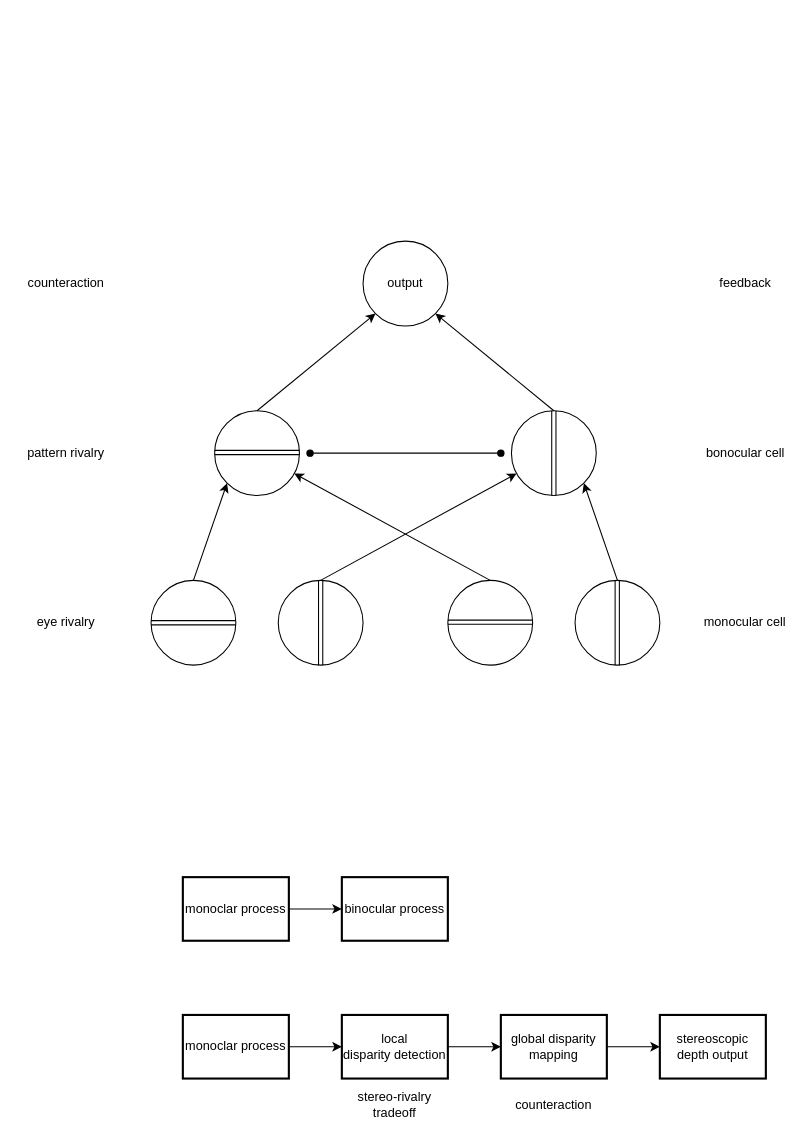
senri0304/2022student keeps this draw.io diagram as visual_process.drawio. Above is the earlier version. Source tidied: cells renumbered, new cells numbered last; positions are measured from the earlier drawing's top-left corner, leaving out a move shared by most shapes. Both pictures are drawn from the tidied source at 106%, with x=0, y=0 at pixel (18, 241).
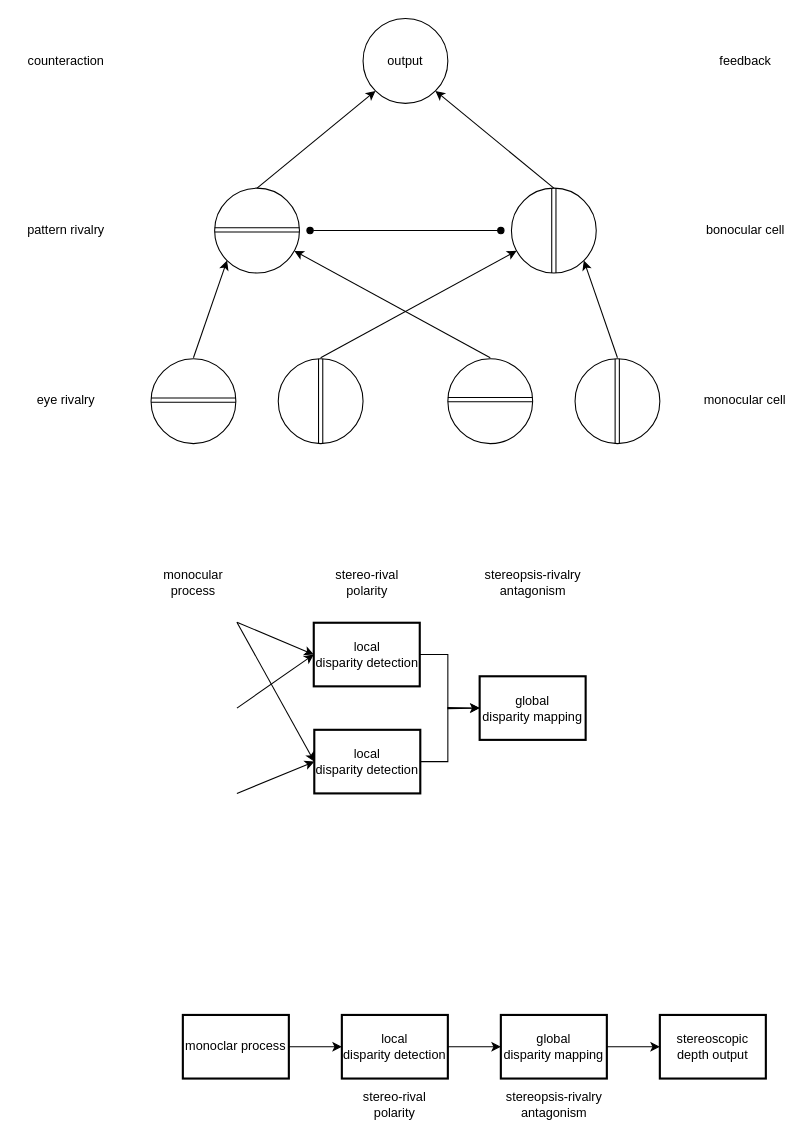
The same diagram, later.

Commit message:
visual_process.drawio を更新します

The edit, as a diff of the source:
```diff
@@
     <mxCell id="2" style="ellipse;whiteSpace=wrap;html=1;" parent="1" vertex="1">
-      <mxGeometry x="245" y="320" width="80" height="80" as="geometry" />
+      <mxGeometry x="245" y="111" width="80" height="80" as="geometry" />
     </mxCell>
     <mxCell id="3" style="ellipse;whiteSpace=wrap;html=1;" parent="1" vertex="1">
-      <mxGeometry x="405" y="320" width="80" height="80" as="geometry" />
+      <mxGeometry x="405" y="111" width="80" height="80" as="geometry" />
     </mxCell>
     <mxCell id="4" style="ellipse;whiteSpace=wrap;html=1;" parent="1" vertex="1">
-      <mxGeometry x="125" y="320" width="80" height="80" as="geometry" />
+      <mxGeometry x="125" y="111" width="80" height="80" as="geometry" />
     </mxCell>
     <mxCell id="5" style="ellipse;whiteSpace=wrap;html=1;" parent="1" vertex="1">
-      <mxGeometry x="525" y="320" width="80" height="80" as="geometry" />
+      <mxGeometry x="525" y="111" width="80" height="80" as="geometry" />
     </mxCell>
-    <mxCell id="6" style="shape=link;html=1;rounded=0;entryX=1;entryY=0.5;entryDx=0;entryDy=0;" parent="1" edge="1" target="4">
+    <mxCell id="6" style="shape=link;html=1;rounded=0;entryX=1;entryY=0.5;entryDx=0;entryDy=0;" parent="1" edge="1">
       <mxGeometry relative="1" as="geometry">
-        <mxPoint x="125" y="360" as="sourcePoint" />
+        <mxPoint x="125" y="150" as="sourcePoint" />
+        <mxPoint x="205" y="150" as="targetPoint" />
       </mxGeometry>
     </mxCell>
     <mxCell id="7" style="shape=link;html=1;rounded=0;entryX=1;entryY=0.5;entryDx=0;entryDy=0;" parent="1" edge="1">
       <mxGeometry relative="1" as="geometry">
-        <mxPoint x="405" y="359.5" as="sourcePoint" />
-        <mxPoint x="485" y="359.5" as="targetPoint" />
+        <mxPoint x="405" y="149.5" as="sourcePoint" />
+        <mxPoint x="485" y="149.5" as="targetPoint" />
       </mxGeometry>
     </mxCell>
     <mxCell id="8" style="shape=link;html=1;rounded=0;entryX=0.5;entryY=1;entryDx=0;entryDy=0;" parent="1" edge="1" target="2">
       <mxGeometry relative="1" as="geometry">
-        <mxPoint x="285" y="320" as="sourcePoint" />
+        <mxPoint x="285" y="111" as="sourcePoint" />
       </mxGeometry>
     </mxCell>
     <mxCell id="9" style="shape=link;html=1;rounded=0;entryX=0.5;entryY=1;entryDx=0;entryDy=0;" parent="1" edge="1">
       <mxGeometry relative="1" as="geometry">
-        <mxPoint x="564.8" y="320" as="sourcePoint" />
-        <mxPoint x="564.8" y="400" as="targetPoint" />
+        <mxPoint x="564.8" y="111" as="sourcePoint" />
+        <mxPoint x="564.8" y="191" as="targetPoint" />
       </mxGeometry>
     </mxCell>
     <mxCell id="10" style="endArrow=classic;html=1;rounded=0;" parent="1" edge="1" target="13">
       <mxGeometry relative="1" as="geometry">
-        <mxPoint x="285" y="320" as="sourcePoint" />
+        <mxPoint x="285" y="110" as="sourcePoint" />
       </mxGeometry>
     </mxCell>
     <mxCell id="11" style="ellipse;whiteSpace=wrap;html=1;" parent="1" vertex="1">
-      <mxGeometry x="185" y="160" width="80" height="80" as="geometry" />
+      <mxGeometry x="185" y="-50" width="80" height="80" as="geometry" />
     </mxCell>
     <mxCell id="12" style="shape=link;html=1;rounded=0;entryX=1;entryY=0.5;entryDx=0;entryDy=0;" parent="1" edge="1">
       <mxGeometry relative="1" as="geometry">
-        <mxPoint x="185" y="199.4" as="sourcePoint" />
-        <mxPoint x="265" y="199.4" as="targetPoint" />
+        <mxPoint x="185" y="-10.6" as="sourcePoint" />
+        <mxPoint x="265" y="-10.6" as="targetPoint" />
       </mxGeometry>
     </mxCell>
     <mxCell id="13" style="ellipse;whiteSpace=wrap;html=1;" parent="1" vertex="1">
-      <mxGeometry x="465" y="160" width="80" height="80" as="geometry" />
+      <mxGeometry x="465" y="-50" width="80" height="80" as="geometry" />
     </mxCell>
     <mxCell id="14" style="shape=link;html=1;rounded=0;entryX=0.5;entryY=1;entryDx=0;entryDy=0;" parent="1" edge="1" target="13">
       <mxGeometry relative="1" as="geometry">
-        <mxPoint x="505" y="160" as="sourcePoint" />
+        <mxPoint x="505" y="-50" as="sourcePoint" />
       </mxGeometry>
     </mxCell>
-    <mxCell id="15" style="endArrow=classic;html=1;rounded=0;exitX=0.5;exitY=0;exitDx=0;exitDy=0;" parent="1" edge="1" source="3" target="11">
-      <mxGeometry relative="1" as="geometry" />
+    <mxCell id="15" style="endArrow=classic;html=1;rounded=0;exitX=0.5;exitY=0;exitDx=0;exitDy=0;" parent="1" edge="1" target="11">
+      <mxGeometry relative="1" as="geometry">
+        <mxPoint x="445" y="110" as="sourcePoint" />
+      </mxGeometry>
     </mxCell>
-    <mxCell id="16" style="endArrow=classic;html=1;rounded=0;exitX=0.5;exitY=0;exitDx=0;exitDy=0;entryX=0;entryY=1;entryDx=0;entryDy=0;" parent="1" edge="1" source="4" target="11">
-      <mxGeometry relative="1" as="geometry" />
+    <mxCell id="16" style="endArrow=classic;html=1;rounded=0;exitX=0.5;exitY=0;exitDx=0;exitDy=0;entryX=0;entryY=1;entryDx=0;entryDy=0;" parent="1" edge="1" target="11">
+      <mxGeometry relative="1" as="geometry">
+        <mxPoint x="165" y="110" as="sourcePoint" />
+      </mxGeometry>
     </mxCell>
     <mxCell id="17" style="endArrow=classic;html=1;rounded=0;entryX=1;entryY=1;entryDx=0;entryDy=0;" parent="1" edge="1" target="13">
       <mxGeometry relative="1" as="geometry">
-        <mxPoint x="565" y="320" as="sourcePoint" />
+        <mxPoint x="565" y="110" as="sourcePoint" />
       </mxGeometry>
     </mxCell>
@@
     <mxCell id="19" value="output" style="ellipse;whiteSpace=wrap;html=1;" parent="1" vertex="1">
-      <mxGeometry x="325" width="80" height="80" as="geometry" />
+      <mxGeometry x="325" y="-210" width="80" height="80" as="geometry" />
     </mxCell>
@@
     <mxCell id="21" value="eye rivalry" style="text;strokeColor=none;align=center;fillColor=none;html=1;verticalAlign=middle;whiteSpace=wrap;rounded=0;" parent="1" vertex="1">
-      <mxGeometry x="15" y="345" width="60" height="30" as="geometry" />
+      <mxGeometry x="15" y="135" width="60" height="30" as="geometry" />
     </mxCell>
     <mxCell id="22" value="pattern rivalry" style="text;strokeColor=none;align=center;fillColor=none;html=1;verticalAlign=middle;whiteSpace=wrap;rounded=0;" parent="1" vertex="1">
-      <mxGeometry y="185" width="90" height="30" as="geometry" />
+      <mxGeometry y="-25" width="90" height="30" as="geometry" />
     </mxCell>
     <mxCell id="23" value="counteraction" style="text;strokeColor=none;align=center;fillColor=none;html=1;verticalAlign=middle;whiteSpace=wrap;rounded=0;" parent="1" vertex="1">
-      <mxGeometry y="25" width="90" height="30" as="geometry" />
+      <mxGeometry y="-185" width="90" height="30" as="geometry" />
     </mxCell>
     <mxCell id="24" value="monocular cell" style="text;strokeColor=none;align=center;fillColor=none;html=1;verticalAlign=middle;whiteSpace=wrap;rounded=0;" parent="1" vertex="1">
-      <mxGeometry x="641" y="345" width="89" height="30" as="geometry" />
+      <mxGeometry x="641" y="135" width="89" height="30" as="geometry" />
     </mxCell>
     <mxCell id="25" value="bonocular cell" style="text;strokeColor=none;align=center;fillColor=none;html=1;verticalAlign=middle;whiteSpace=wrap;rounded=0;" parent="1" vertex="1">
-      <mxGeometry x="641" y="185" width="90" height="30" as="geometry" />
+      <mxGeometry x="641" y="-25" width="90" height="30" as="geometry" />
     </mxCell>
     <mxCell id="26" value="feedback" style="text;strokeColor=none;align=center;fillColor=none;html=1;verticalAlign=middle;whiteSpace=wrap;rounded=0;" parent="1" vertex="1">
-      <mxGeometry x="641" y="25" width="90" height="30" as="geometry" />
+      <mxGeometry x="641" y="-185" width="90" height="30" as="geometry" />
     </mxCell>
-    <mxCell id="27" style="edgeStyle=orthogonalEdgeStyle;rounded=0;jettySize=auto;html=1;exitX=1;exitY=0.5;exitDx=0;exitDy=0;" parent="1" edge="1" source="28">
-      <mxGeometry relative="1" as="geometry">
-        <mxPoint x="305" y="630" as="targetPoint" />
-      </mxGeometry>
-    </mxCell>
-    <mxCell id="28" value="monoclar process" style="text;strokeColor=default;align=center;fillColor=default;html=1;verticalAlign=middle;whiteSpace=wrap;rounded=0;strokeWidth=2;" parent="1" vertex="1">
-      <mxGeometry x="155" y="600" width="100" height="60" as="geometry" />
-    </mxCell>
-    <mxCell id="29" value="binocular process" style="text;strokeColor=default;align=center;fillColor=default;html=1;verticalAlign=middle;whiteSpace=wrap;rounded=0;strokeWidth=2;" parent="1" vertex="1">
-      <mxGeometry x="305" y="600" width="100" height="60" as="geometry" />
-    </mxCell>
@@
-    <mxCell id="33" value="global disparity mapping" style="text;strokeColor=default;align=center;fillColor=default;html=1;verticalAlign=middle;whiteSpace=wrap;rounded=0;strokeWidth=2;" parent="1" vertex="1">
+    <mxCell id="33" value="global&lt;br&gt;disparity mapping" style="text;strokeColor=default;align=center;fillColor=default;html=1;verticalAlign=middle;whiteSpace=wrap;rounded=0;strokeWidth=2;" parent="1" vertex="1">
       <mxGeometry x="455" y="730" width="100" height="60" as="geometry" />
     </mxCell>
@@
     <mxCell id="37" style="endArrow=oval;html=1;edgeStyle=orthogonalEdgeStyle;curved=1;startArrow=oval;startFill=1;endFill=1;" parent="1" edge="1">
       <mxGeometry relative="1" as="geometry">
-        <mxPoint x="275" y="200" as="sourcePoint" />
-        <mxPoint x="455" y="200" as="targetPoint" />
+        <mxPoint x="275" y="-10" as="sourcePoint" />
+        <mxPoint x="455" y="-10" as="targetPoint" />
       </mxGeometry>
     </mxCell>
-    <mxCell id="38" value="stereo-rivalry tradeoff" style="text;strokeColor=none;align=center;fillColor=none;html=1;verticalAlign=middle;whiteSpace=wrap;rounded=0;" parent="1" vertex="1">
+    <mxCell id="38" value="stereo-rival polarity" style="text;strokeColor=none;align=center;fillColor=none;html=1;verticalAlign=middle;whiteSpace=wrap;rounded=0;" parent="1" vertex="1">
       <mxGeometry x="310" y="800" width="90" height="30" as="geometry" />
     </mxCell>
-    <mxCell id="39" value="counteraction" style="text;strokeColor=none;align=center;fillColor=none;html=1;verticalAlign=middle;whiteSpace=wrap;rounded=0;" parent="1" vertex="1">
-      <mxGeometry x="460" y="800" width="90" height="30" as="geometry" />
+    <mxCell id="39" value="stereopsis-rivalry antagonism" style="text;strokeColor=none;align=center;fillColor=none;html=1;verticalAlign=middle;whiteSpace=wrap;rounded=0;" parent="1" vertex="1">
+      <mxGeometry x="452.5" y="800" width="105" height="30" as="geometry" />
     </mxCell>
+    <mxCell id="40" value="local&lt;br&gt;disparity detection" style="text;strokeColor=default;align=center;fillColor=default;html=1;verticalAlign=middle;whiteSpace=wrap;rounded=0;strokeWidth=2;" parent="1" vertex="1">
+      <mxGeometry x="278.5" y="360" width="100" height="60" as="geometry" />
+    </mxCell>
+    <mxCell id="41" value="local&lt;br&gt;disparity detection" style="text;strokeColor=default;align=center;fillColor=default;html=1;verticalAlign=middle;whiteSpace=wrap;rounded=0;strokeWidth=2;" parent="1" vertex="1">
+      <mxGeometry x="279" y="461" width="100" height="60" as="geometry" />
+    </mxCell>
+    <mxCell id="42" value="global&lt;br&gt;disparity mapping" style="text;strokeColor=default;align=center;fillColor=default;html=1;verticalAlign=middle;whiteSpace=wrap;rounded=0;strokeWidth=2;" parent="1" vertex="1">
+      <mxGeometry x="435" y="410.5" width="100" height="60" as="geometry" />
+    </mxCell>
+    <mxCell id="43" style="endArrow=classic;html=1;rounded=0;entryX=0;entryY=0.5;entryDx=0;entryDy=0;" parent="1" edge="1" target="41">
+      <mxGeometry relative="1" as="geometry">
+        <mxPoint x="206" y="521" as="sourcePoint" />
+      </mxGeometry>
+    </mxCell>
+    <mxCell id="44" style="endArrow=classic;html=1;rounded=0;entryX=0;entryY=0.5;entryDx=0;entryDy=0;exitX=1;exitY=0.5;exitDx=0;exitDy=0;" parent="1" edge="1" target="41">
+      <mxGeometry relative="1" as="geometry">
+        <mxPoint x="206" y="359.5" as="sourcePoint" />
+      </mxGeometry>
+    </mxCell>
+    <mxCell id="45" style="endArrow=classic;html=1;rounded=0;entryX=0;entryY=0.5;entryDx=0;entryDy=0;exitX=1;exitY=0.5;exitDx=0;exitDy=0;" parent="1" edge="1" target="40">
+      <mxGeometry relative="1" as="geometry">
+        <mxPoint x="206" y="440.5" as="sourcePoint" />
+      </mxGeometry>
+    </mxCell>
+    <mxCell id="46" style="endArrow=classic;html=1;rounded=0;entryX=0;entryY=0.5;entryDx=0;entryDy=0;exitX=1;exitY=0.5;exitDx=0;exitDy=0;" parent="1" edge="1" target="40">
+      <mxGeometry relative="1" as="geometry">
+        <mxPoint x="206" y="359.5" as="sourcePoint" />
+      </mxGeometry>
+    </mxCell>
+    <mxCell id="47" value="stereo-rival polarity" style="text;strokeColor=none;align=center;fillColor=none;html=1;verticalAlign=middle;whiteSpace=wrap;rounded=0;" parent="1" vertex="1">
+      <mxGeometry x="284" y="307" width="90" height="30" as="geometry" />
+    </mxCell>
+    <mxCell id="48" value="stereopsis-rivalry antagonism" style="text;strokeColor=none;align=center;fillColor=none;html=1;verticalAlign=middle;whiteSpace=wrap;rounded=0;" parent="1" vertex="1">
+      <mxGeometry x="432.5" y="307" width="105" height="30" as="geometry" />
+    </mxCell>
+    <mxCell id="49" style="endArrow=classic;html=1;rounded=0;exitX=1;exitY=0.5;exitDx=0;exitDy=0;entryX=0;entryY=0.5;entryDx=0;entryDy=0;" parent="1" edge="1" source="40" target="42">
+      <mxGeometry relative="1" as="geometry">
+        <Array as="points">
+          <mxPoint x="405" y="390" />
+          <mxPoint x="405" y="441" />
+        </Array>
+      </mxGeometry>
+    </mxCell>
+    <mxCell id="50" style="endArrow=classic;html=1;rounded=0;exitX=1;exitY=0.5;exitDx=0;exitDy=0;entryX=0;entryY=0.5;entryDx=0;entryDy=0;" parent="1" edge="1" source="41" target="42">
+      <mxGeometry relative="1" as="geometry">
+        <Array as="points">
+          <mxPoint x="405" y="491" />
+          <mxPoint x="405" y="440" />
+        </Array>
+      </mxGeometry>
+    </mxCell>
+    <mxCell id="51" value="monocular process" style="text;strokeColor=none;align=center;fillColor=none;html=1;verticalAlign=middle;whiteSpace=wrap;rounded=0;" parent="1" vertex="1">
+      <mxGeometry x="120" y="307" width="90" height="30" as="geometry" />
+    </mxCell>
```
